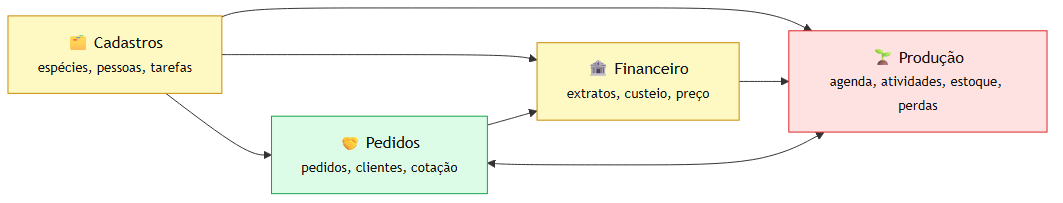
Above: docs/rotinas/img/mapa-4-areas.png in JoaoMudar/mudar (Mermaid), before the change. Its source is kept beside it as docs/rotinas/img/mapa-4-areas.mmd.
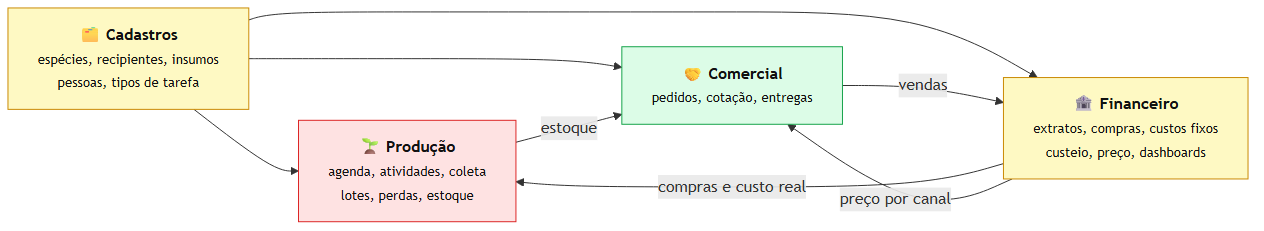
Above is the later version.

The edit, as a diff of the source:
```diff
@@ -1,15 +1,16 @@
 flowchart LR
-  C["🗂️ Cadastros<br/><small>espécies, pessoas, tarefas</small>"]
-  P["🤝 Pedidos<br/><small>pedidos, clientes, cotação</small>"]
-  R["🌱 Produção<br/><small>agenda, atividades, estoque, perdas</small>"]
-  F["🏦 Financeiro<br/><small>extratos, custeio, preço</small>"]
+  C["🗂️ <b>Cadastros</b><br/><small>espécies, recipientes, insumos<br/>pessoas, tipos de tarefa</small>"]
+  R["🌱 <b>Produção</b><br/><small>agenda, atividades, coleta<br/>lotes, perdas, estoque</small>"]
+  P["🤝 <b>Comercial</b><br/><small>pedidos, cotação, entregas</small>"]
+  F["🏦 <b>Financeiro</b><br/><small>extratos, compras, custos fixos<br/>custeio, preço, dashboards</small>"]
 
+  C --> R
   C --> P
-  C --> R
   C --> F
-  R <--> P
-  P --> F
-  F --> R
+  R -->|"estoque"| P
+  P -->|"vendas"| F
+  F -->|"compras e custo real"| R
+  F -->|"preço por canal"| P
 
   classDef ok fill:#dcfce7,stroke:#16a34a,color:#111
   classDef meio fill:#fef9c3,stroke:#ca8a04,color:#111
```
